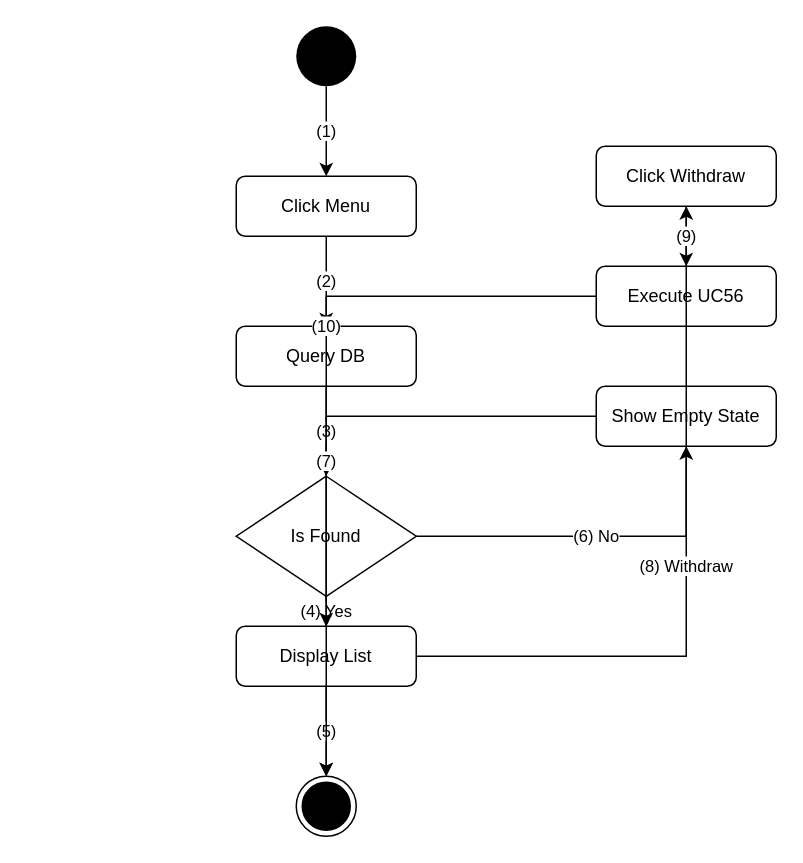
Before: activity_flow/uc55_activity_flow.drawio in kingDlight/UEIMS_Project, a draw.io diagram. Source tidied: cells renumbered, new cells numbered last; positions are measured from the earlier drawing's top-left corner, leaving out a move shared by most shapes. Both pictures are drawn from the tidied source at 150%, with x=0, y=0 at pixel (236, 26).
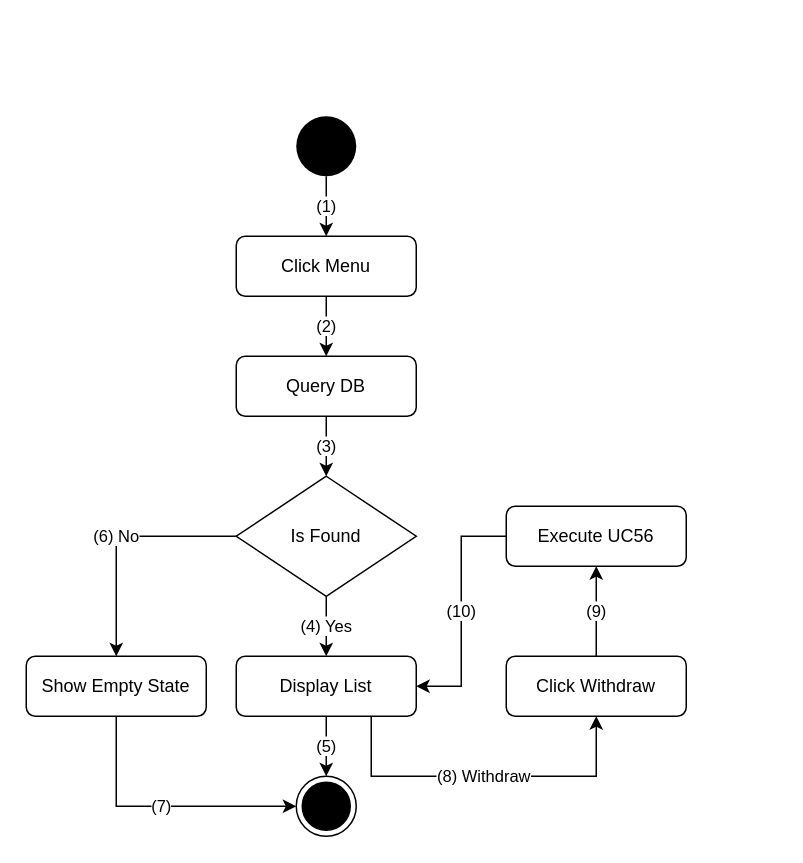
Above is the later version.

Unchanged cells that the change refers to:
```xml
<mxCell id="5" value="Is Found" style="rhombus;whiteSpace=wrap;html=1;" parent="1" vertex="1">
  <mxGeometry y="300" width="120" height="80" as="geometry" />
</mxCell>
<mxCell id="7" style="ellipse;html=1;shape=endState;fillColor=#000000;strokeColor=#000000;" parent="1" vertex="1">
  <mxGeometry x="40" y="500" width="40" height="40" as="geometry" />
</mxCell>
```

Change to the diagram source:
```diff
@@
     <mxCell id="2" style="ellipse;whiteSpace=wrap;html=1;fillColor=#000000;strokeColor=none;" parent="1" vertex="1">
-      <mxGeometry x="40" width="40" height="40" as="geometry" />
+      <mxGeometry x="40" y="60" width="40" height="40" as="geometry" />
     </mxCell>
     <mxCell id="3" value="Click Menu" style="rounded=1;whiteSpace=wrap;html=1;" parent="1" vertex="1">
-      <mxGeometry y="100" width="120" height="40" as="geometry" />
+      <mxGeometry y="140" width="120" height="40" as="geometry" />
     </mxCell>
     <mxCell id="4" value="Query DB" style="rounded=1;whiteSpace=wrap;html=1;" parent="1" vertex="1">
-      <mxGeometry y="200" width="120" height="40" as="geometry" />
+      <mxGeometry y="220" width="120" height="40" as="geometry" />
     </mxCell>
@@
     <mxCell id="6" value="Display List" style="rounded=1;whiteSpace=wrap;html=1;" parent="1" vertex="1">
-      <mxGeometry y="400" width="120" height="40" as="geometry" />
+      <mxGeometry y="420" width="120" height="40" as="geometry" />
     </mxCell>
@@
     <mxCell id="8" value="Click Withdraw" style="rounded=1;whiteSpace=wrap;html=1;" parent="1" vertex="1">
-      <mxGeometry x="240" y="80" width="120" height="40" as="geometry" />
+      <mxGeometry x="180" y="420" width="120" height="40" as="geometry" />
     </mxCell>
     <mxCell id="9" value="Execute UC56" style="rounded=1;whiteSpace=wrap;html=1;" parent="1" vertex="1">
-      <mxGeometry x="240" y="160" width="120" height="40" as="geometry" />
+      <mxGeometry x="180" y="320" width="120" height="40" as="geometry" />
     </mxCell>
     <mxCell id="10" value="Show Empty State" style="rounded=1;whiteSpace=wrap;html=1;" parent="1" vertex="1">
-      <mxGeometry x="240" y="240" width="120" height="40" as="geometry" />
+      <mxGeometry x="-140" y="420" width="120" height="40" as="geometry" />
     </mxCell>
@@
-    <mxCell id="14" value="(4) Yes" style="edgeStyle=orthogonalEdgeStyle;rounded=0;html=1;exitX=0.5;exitY=1;entryX=0.5;entryY=0;" parent="1" edge="1" source="5" target="6">
+    <mxCell id="14" value="(4) Yes" style="edgeStyle=orthogonalEdgeStyle;rounded=0;html=1;exitX=0.5;exitY=1;entryX=0.5;entryY=0;exitDx=0;exitDy=0;" parent="1" edge="1" source="5" target="6">
       <mxGeometry relative="1" as="geometry" />
     </mxCell>
@@
-    <mxCell id="16" value="(8) Withdraw" style="edgeStyle=orthogonalEdgeStyle;rounded=0;html=1;exitX=1;exitY=0.5;entryX=0.5;entryY=1;" parent="1" edge="1" source="6" target="8">
-      <mxGeometry relative="1" as="geometry" />
+    <mxCell id="16" value="(8) Withdraw" style="edgeStyle=orthogonalEdgeStyle;rounded=0;html=1;exitX=0.75;exitY=1;entryX=0.5;entryY=1;exitDx=0;exitDy=0;entryDx=0;entryDy=0;" parent="1" edge="1" source="6" target="8">
+      <mxGeometry relative="1" as="geometry">
+        <Array as="points">
+          <mxPoint x="90" y="500" />
+          <mxPoint x="240" y="500" />
+        </Array>
+      </mxGeometry>
     </mxCell>
-    <mxCell id="17" value="(9)" style="edgeStyle=orthogonalEdgeStyle;rounded=0;html=1;exitX=0.5;exitY=1;entryX=0.5;entryY=0;" parent="1" edge="1" source="8" target="9">
+    <mxCell id="17" value="(9)" style="edgeStyle=orthogonalEdgeStyle;rounded=0;html=1;exitX=0.5;exitY=0;entryX=0.5;entryY=1;exitDx=0;exitDy=0;entryDx=0;entryDy=0;" parent="1" edge="1" source="8" target="9">
       <mxGeometry relative="1" as="geometry" />
     </mxCell>
-    <mxCell id="18" value="(10)" style="edgeStyle=orthogonalEdgeStyle;rounded=0;html=1;exitX=0;exitY=0.5;entryX=0.5;entryY=0;" parent="1" edge="1" source="9" target="6">
+    <mxCell id="18" value="(10)" style="edgeStyle=orthogonalEdgeStyle;rounded=0;html=1;exitX=0;exitY=0.5;entryX=1;entryY=0.5;entryDx=0;entryDy=0;exitDx=0;exitDy=0;" parent="1" edge="1" source="9" target="6">
       <mxGeometry relative="1" as="geometry" />
     </mxCell>
-    <mxCell id="19" value="(6) No" style="edgeStyle=orthogonalEdgeStyle;rounded=0;html=1;exitX=1;exitY=0.5;entryX=0.5;entryY=1;" parent="1" edge="1" source="5" target="10">
+    <mxCell id="19" value="(6) No" style="edgeStyle=orthogonalEdgeStyle;rounded=0;html=1;exitX=0;exitY=0.5;entryX=0.5;entryY=0;exitDx=0;exitDy=0;entryDx=0;entryDy=0;" parent="1" edge="1" source="5" target="10">
       <mxGeometry relative="1" as="geometry" />
     </mxCell>
-    <mxCell id="20" value="(7)" style="edgeStyle=orthogonalEdgeStyle;rounded=0;html=1;exitX=0;exitY=0.5;entryX=0.5;entryY=0;" parent="1" edge="1" source="10" target="7">
+    <mxCell id="20" value="(7)" style="edgeStyle=orthogonalEdgeStyle;rounded=0;html=1;exitX=0.5;exitY=1;entryX=0;entryY=0.5;entryDx=0;entryDy=0;exitDx=0;exitDy=0;" parent="1" edge="1" source="10" target="7">
       <mxGeometry relative="1" as="geometry" />
     </mxCell>
```
